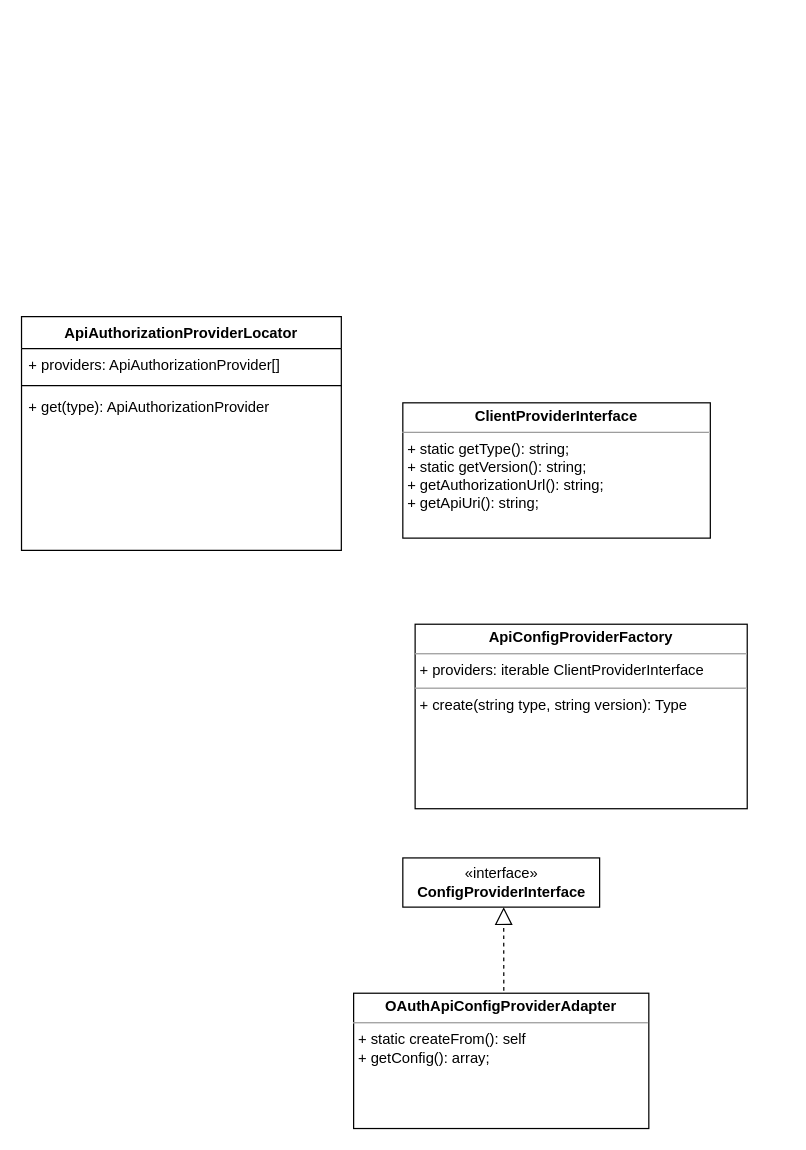
Above: page "client_provider" (3 of 4) of oauth.drawio in andrzej-pakula/oauth-api-connector-bundle (draw.io), before the change. Source tidied: cells renumbered, new cells numbered last; positions are measured from the earlier drawing's top-left corner, leaving out a move shared by most shapes. Both pictures are drawn from the tidied source at 123%, with x=0, y=0 at pixel (21, 316).
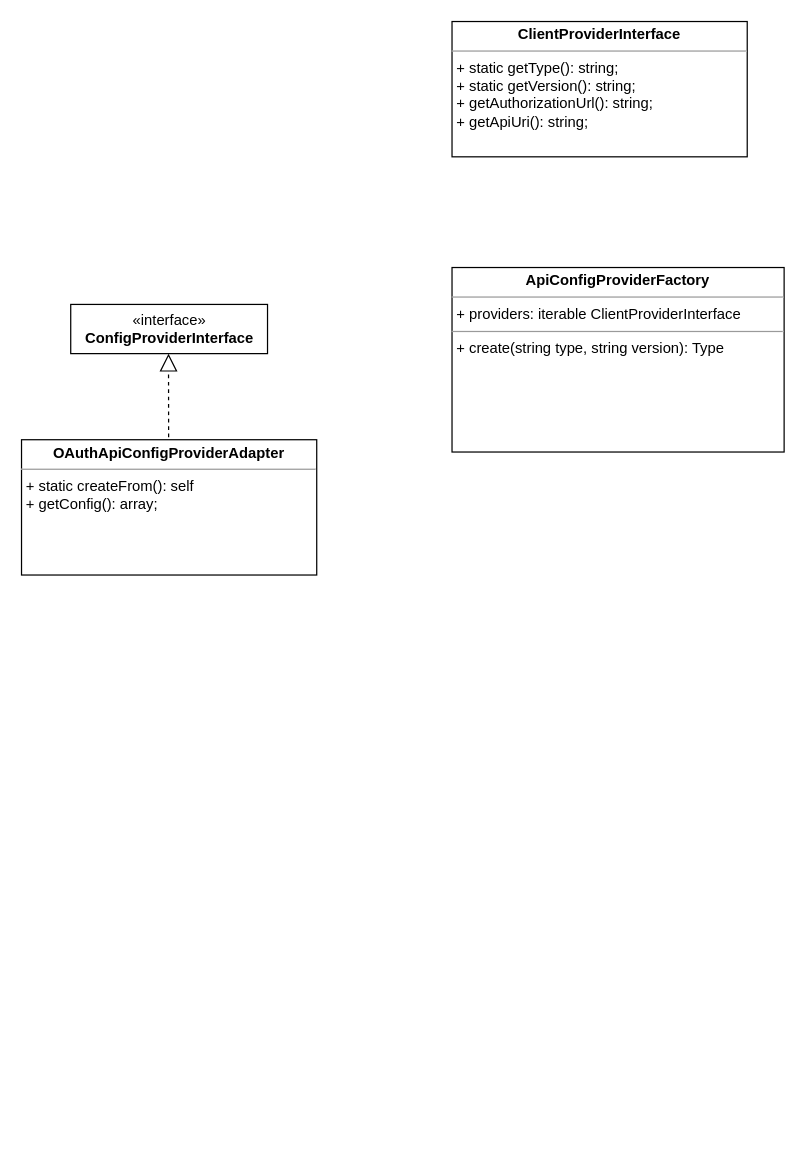
The same diagram, later.

The edit, as a diff of the source:
```diff
@@
 <mxGraphModel>
   <root>
     <mxCell id="0" />
     <mxCell id="1" parent="0" />
     <mxCell id="2" value="&lt;p style=&quot;margin: 0px ; margin-top: 4px ; text-align: center&quot;&gt;&lt;b&gt;ClientProviderInterface&lt;/b&gt;&lt;/p&gt;&lt;hr size=&quot;1&quot;&gt;&lt;p style=&quot;margin: 0px ; margin-left: 4px&quot;&gt;&lt;span&gt;+ static getType(): string;&lt;/span&gt;&lt;br&gt;&lt;/p&gt;&lt;p style=&quot;margin: 0px ; margin-left: 4px&quot;&gt;+ static getVersion(): string;&lt;/p&gt;&lt;p style=&quot;margin: 0px ; margin-left: 4px&quot;&gt;&lt;span&gt;+ getAuthorizationUrl(): string;&lt;/span&gt;&lt;/p&gt;&lt;p style=&quot;margin: 0px ; margin-left: 4px&quot;&gt;&lt;span&gt;+ getApiUri(): string;&lt;/span&gt;&lt;/p&gt;" style="verticalAlign=top;align=left;overflow=fill;fontSize=12;fontFamily=Helvetica;html=1;" parent="1" vertex="1">
-      <mxGeometry x="310" y="70" width="250" height="110" as="geometry" />
+      <mxGeometry x="350" y="-240" width="240" height="110" as="geometry" />
     </mxCell>
     <mxCell id="3" value="&lt;p style=&quot;margin: 0px ; margin-top: 4px ; text-align: center&quot;&gt;&lt;b&gt;ApiConfigProviderFactory&lt;/b&gt;&lt;/p&gt;&lt;hr size=&quot;1&quot;&gt;&lt;p style=&quot;margin: 0px ; margin-left: 4px&quot;&gt;+ providers: iterable ClientProviderInterface&lt;/p&gt;&lt;hr size=&quot;1&quot;&gt;&lt;p style=&quot;margin: 0px ; margin-left: 4px&quot;&gt;+ create(string type, string version): Type&lt;/p&gt;" style="verticalAlign=top;align=left;overflow=fill;fontSize=12;fontFamily=Helvetica;html=1;" parent="1" vertex="1">
-      <mxGeometry x="320" y="250" width="270" height="150" as="geometry" />
+      <mxGeometry x="350" y="-40" width="270" height="150" as="geometry" />
     </mxCell>
     <mxCell id="4" value="&lt;p style=&quot;margin: 0px ; margin-top: 4px ; text-align: center&quot;&gt;&lt;b&gt;OAuthApiConfigProviderAdapter&lt;/b&gt;&lt;/p&gt;&lt;hr size=&quot;1&quot;&gt;&lt;p style=&quot;margin: 0px ; margin-left: 4px&quot;&gt;&lt;/p&gt;&lt;p style=&quot;margin: 0px ; margin-left: 4px&quot;&gt;+ static createFrom(): self&lt;/p&gt;&lt;p style=&quot;margin: 0px ; margin-left: 4px&quot;&gt;+ getConfig(): array;&lt;/p&gt;" style="verticalAlign=top;align=left;overflow=fill;fontSize=12;fontFamily=Helvetica;html=1;" parent="1" vertex="1">
-      <mxGeometry x="270" y="550" width="240" height="110" as="geometry" />
+      <mxGeometry y="100" width="240" height="110" as="geometry" />
     </mxCell>
     <mxCell id="5" style="endArrow=block;dashed=1;endFill=0;endSize=12;html=1;exitX=0.341;exitY=-0.022;exitDx=0;exitDy=0;exitPerimeter=0;" parent="1" edge="1">
       <mxGeometry relative="1" as="geometry">
-        <mxPoint x="392.1" y="548" as="sourcePoint" />
-        <mxPoint x="392" y="480" as="targetPoint" />
+        <mxPoint x="119.6" y="98" as="sourcePoint" />
+        <mxPoint x="119.5" y="30" as="targetPoint" />
       </mxGeometry>
     </mxCell>
     <mxCell id="6" value="«interface»&lt;br&gt;&lt;b&gt;ConfigProviderInterface&lt;/b&gt;" style="html=1;" parent="1" vertex="1">
-      <mxGeometry x="310" y="440" width="160" height="40" as="geometry" />
+      <mxGeometry x="40" y="-10" width="160" height="40" as="geometry" />
     </mxCell>
-    <mxCell id="7" value="ApiAuthorizationProviderLocator" style="swimlane;fontStyle=1;align=center;verticalAlign=top;horizontal=1;startSize=26;" parent="1" vertex="1">
-      <mxGeometry width="260" height="190" as="geometry" />
-    </mxCell>
-    <mxCell id="8" value="+ providers: ApiAuthorizationProvider[]" style="text;strokeColor=none;fillColor=none;align=left;verticalAlign=top;spacingLeft=4;spacingRight=4;overflow=hidden;" parent="7" vertex="1">
-      <mxGeometry y="26" width="260" height="26" as="geometry" />
-    </mxCell>
-    <mxCell id="9" style="line;strokeWidth=1;fillColor=none;align=left;verticalAlign=middle;spacingTop=-1;spacingLeft=3;spacingRight=3;labelPosition=right;" parent="7" vertex="1">
-      <mxGeometry y="52" width="260" height="8" as="geometry" />
-    </mxCell>
-    <mxCell id="10" value="+ get(type): ApiAuthorizationProvider" style="text;strokeColor=none;fillColor=none;align=left;verticalAlign=top;spacingLeft=4;spacingRight=4;overflow=hidden;" parent="7" vertex="1">
-      <mxGeometry y="60" width="260" height="130" as="geometry" />
-    </mxCell>
   </root>
 </mxGraphModel>
```
